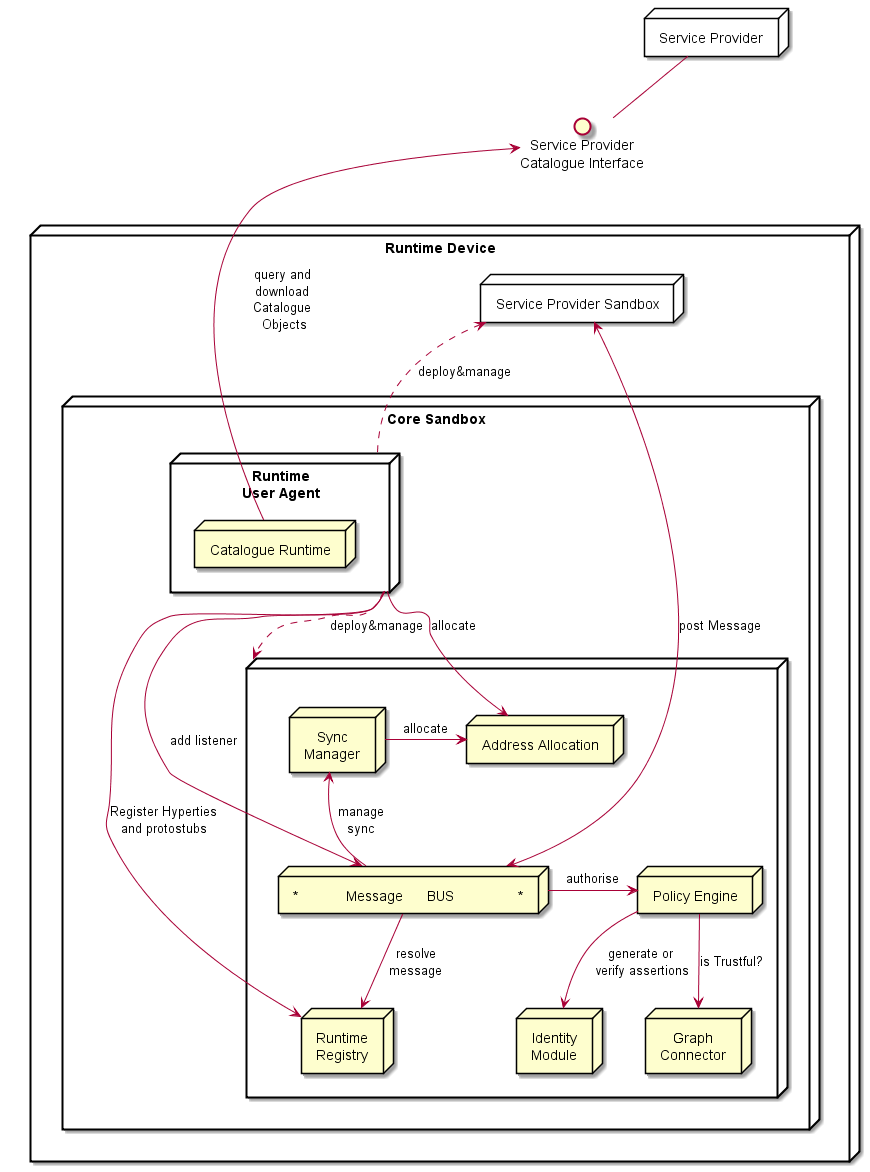
Earlier version of the PlantUML export runtime/Core_Runtime.png (reTHINK-project/specs).
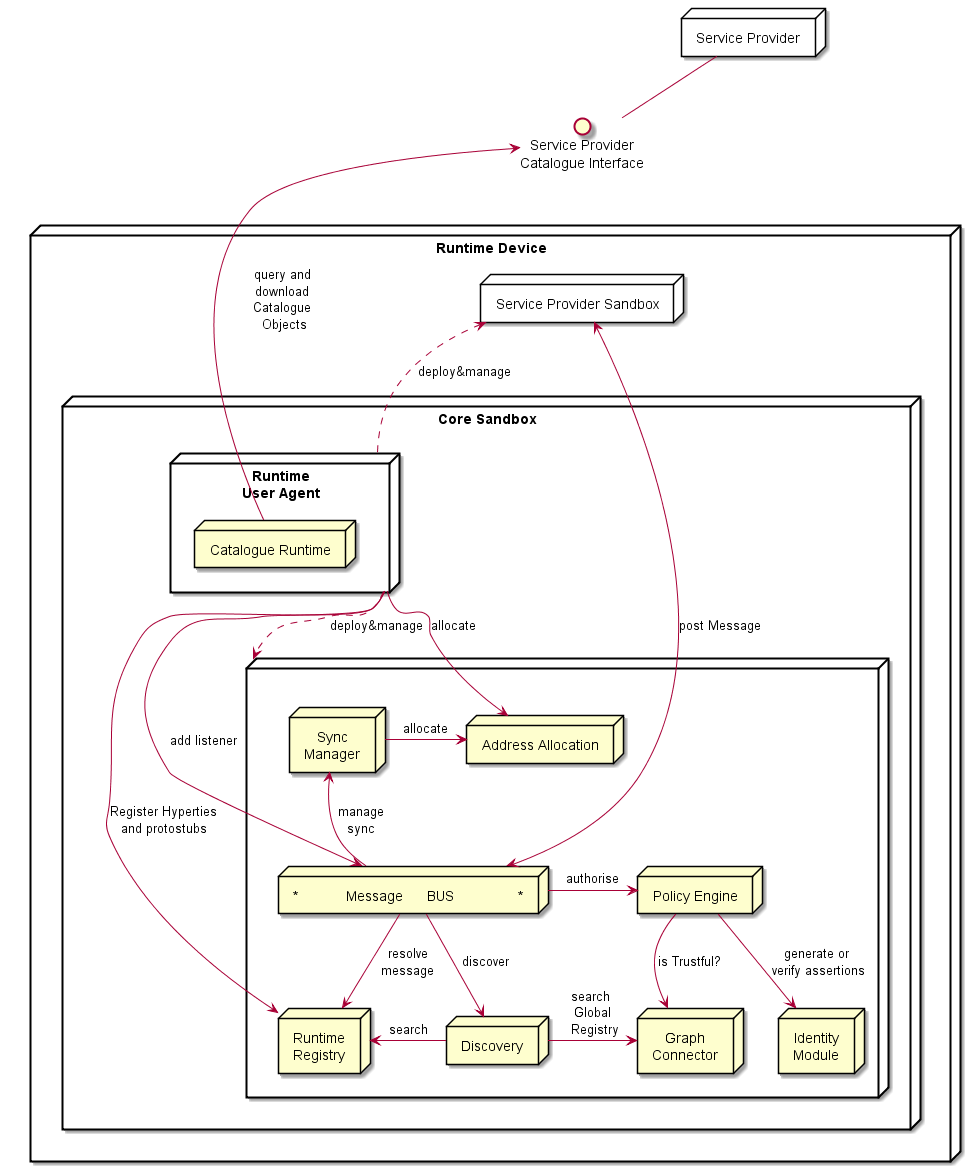
After the commit.

Change to the diagram source:
```diff
@@ -29,6 +29,8 @@
  node "Address Allocation" as Address
 
  node "Graph\nConnector" as Graph
+
+ node "Discovery" as Discovery
 }
 
 
@@ -56,6 +58,12 @@
 
  Reg <-up- Bus: resolve\nmessage
 
+ Discovery <-up- Bus: discover
+
+ Discovery -right-> Graph: search \nGlobal\n Registry
+
+ Discovery -left-> Reg: search
+
  Sync <-down- Bus: manage\nsync
 
  RunUA -> Bus : add listener
@@ -68,7 +76,11 @@
 
 RepUA -up-> CatI : query and\n download \nCatalogue\n Objects
 
+
+
 rt -[hidden]up- SP
+
+Discovery -[hidden]right- ID
 
 SPSand -[hidden]up- CatI
 
```
